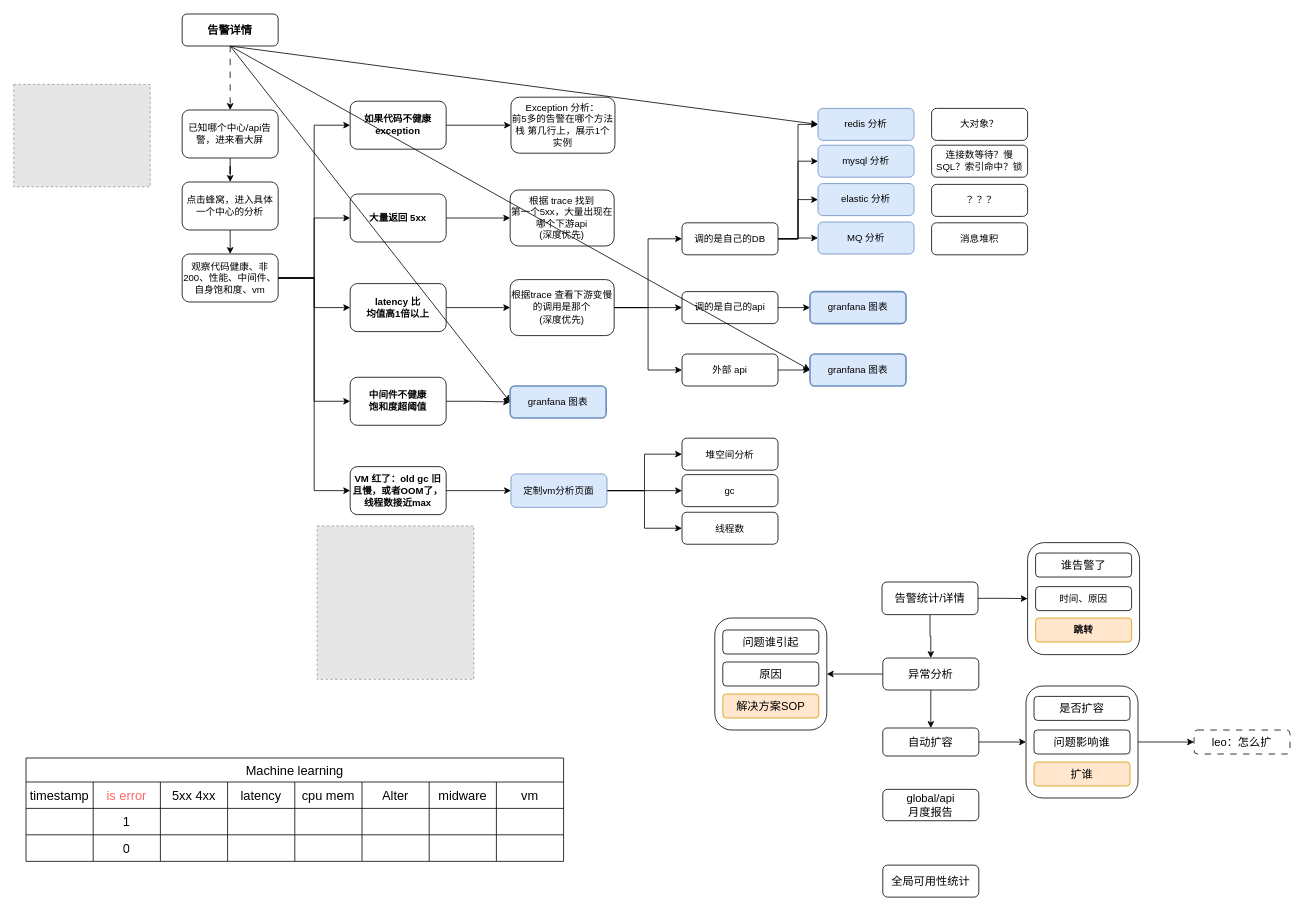
Above: page "第 6 页" (6 of 6) of 数据采集架构图.drawio in Allen9797/WorkZone (draw.io), before the change. Source tidied: cells renumbered, new cells numbered last; positions are measured from the earlier drawing's top-left corner, leaving out a move shared by most shapes. Both pictures are drawn from the tidied source at 80%, with x=0, y=0 at pixel (14, 14). Pictures stored in the file or linked from it are replaced by grey dashed boxes.
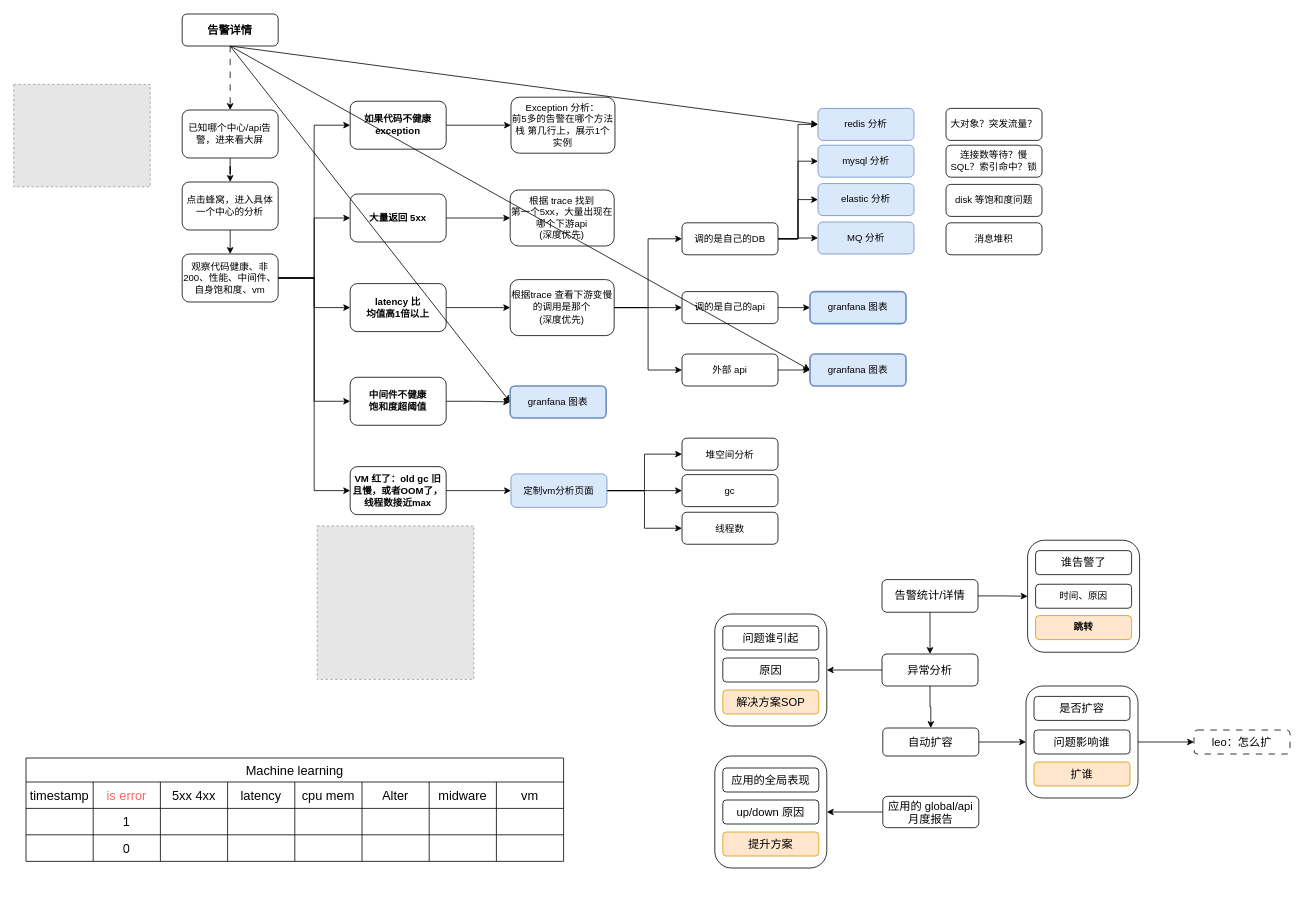
Above is the later version.

Commit message (it also covers changes not shown here):
更新数据采集架构图.drawio

The edit, as a diff of the source:
```diff
@@
     <mxCell id="4" style="rounded=1;whiteSpace=wrap;html=1;fillColor=none;" parent="1" vertex="1">
-      <mxGeometry x="876" y="755" width="140" height="140" as="geometry" />
+      <mxGeometry x="876" y="750" width="140" height="140" as="geometry" />
     </mxCell>
@@
     <mxCell id="55" value="&lt;font style=&quot;font-size: 14px;&quot;&gt;告警统计/详情&lt;/font&gt;" style="rounded=1;whiteSpace=wrap;html=1;" parent="1" vertex="1">
-      <mxGeometry x="1085" y="710" width="120" height="40.8" as="geometry" />
+      <mxGeometry x="1085" y="707" width="120" height="40.8" as="geometry" />
     </mxCell>
@@
-    <mxCell id="84" value="大对象？" style="rounded=1;whiteSpace=wrap;html=1;" parent="1" vertex="1">
-      <mxGeometry x="1147" y="118" width="120" height="40" as="geometry" />
+    <mxCell id="84" value="大对象？突发流量？" style="rounded=1;whiteSpace=wrap;html=1;" parent="1" vertex="1">
+      <mxGeometry x="1165" y="118" width="120" height="40" as="geometry" />
     </mxCell>
     <mxCell id="85" value="连接数等待？慢SQL？索引命中？锁" style="rounded=1;whiteSpace=wrap;html=1;" parent="1" vertex="1">
-      <mxGeometry x="1147" y="164" width="120" height="40" as="geometry" />
+      <mxGeometry x="1165" y="164" width="120" height="40" as="geometry" />
     </mxCell>
-    <mxCell id="86" value="？？？" style="rounded=1;whiteSpace=wrap;html=1;" parent="1" vertex="1">
-      <mxGeometry x="1147" y="213" width="120" height="40" as="geometry" />
+    <mxCell id="86" value="disk 等饱和度问题" style="rounded=1;whiteSpace=wrap;html=1;" parent="1" vertex="1">
+      <mxGeometry x="1165" y="213" width="120" height="40" as="geometry" />
     </mxCell>
@@
     <mxCell id="88" value="消息堆积" style="rounded=1;whiteSpace=wrap;html=1;" parent="1" vertex="1">
-      <mxGeometry x="1147" y="261" width="120" height="40" as="geometry" />
+      <mxGeometry x="1165" y="261" width="120" height="40" as="geometry" />
     </mxCell>
-    <mxCell id="89" value="&lt;font style=&quot;font-size: 14px;&quot;&gt;全局可用性统计&lt;/font&gt;" style="rounded=1;whiteSpace=wrap;html=1;" parent="1" vertex="1">
-      <mxGeometry x="1086" y="1063.9" width="120" height="40" as="geometry" />
-    </mxCell>
+    <mxCell id="114" style="edgeStyle=orthogonalEdgeStyle;rounded=0;jettySize=auto;html=1;exitX=0;exitY=0.5;exitDx=0;exitDy=0;entryX=1;entryY=0.5;entryDx=0;entryDy=0;" parent="1" edge="1" source="90" target="115">
+      <mxGeometry relative="1" as="geometry" />
+    </mxCell>
-    <mxCell id="90" value="&lt;font style=&quot;font-size: 14px;&quot;&gt;global/api &lt;br&gt;月度报告&lt;/font&gt;" style="rounded=1;whiteSpace=wrap;html=1;" parent="1" vertex="1">
-      <mxGeometry x="1086" y="969.2" width="120" height="39.2" as="geometry" />
+    <mxCell id="90" value="&lt;font style=&quot;font-size: 14px;&quot;&gt;应用的 global/api &lt;br&gt;月度报告&lt;/font&gt;" style="rounded=1;whiteSpace=wrap;html=1;" parent="1" vertex="1">
+      <mxGeometry x="1086" y="977.9" width="120" height="39.2" as="geometry" />
     </mxCell>
@@
     <mxCell id="98" value="&lt;font style=&quot;font-size: 14px;&quot;&gt;异常分析&lt;/font&gt;" style="rounded=1;whiteSpace=wrap;html=1;" parent="1" vertex="1">
-      <mxGeometry x="1086" y="805" width="120" height="40" as="geometry" />
+      <mxGeometry x="1085" y="800" width="120" height="40" as="geometry" />
     </mxCell>
@@
     <mxCell id="102" value="&lt;span style=&quot;font-size: 14px;&quot;&gt;问题谁引起&lt;br&gt;&lt;/span&gt;" style="rounded=1;whiteSpace=wrap;html=1;" parent="1" vertex="1">
-      <mxGeometry x="886" y="770" width="120" height="30" as="geometry" />
+      <mxGeometry x="886" y="765" width="120" height="30" as="geometry" />
     </mxCell>
     <mxCell id="103" value="&lt;span style=&quot;font-size: 14px;&quot;&gt;原因&lt;br&gt;&lt;/span&gt;" style="rounded=1;whiteSpace=wrap;html=1;" parent="1" vertex="1">
-      <mxGeometry x="886" y="810" width="120" height="30" as="geometry" />
+      <mxGeometry x="886" y="805" width="120" height="30" as="geometry" />
     </mxCell>
     <mxCell id="104" value="&lt;span style=&quot;font-size: 14px;&quot;&gt;解决方案SOP&lt;br&gt;&lt;/span&gt;" style="rounded=1;whiteSpace=wrap;html=1;fillColor=#ffe6cc;strokeColor=#d79b00;" parent="1" vertex="1">
-      <mxGeometry x="886" y="850" width="120" height="30" as="geometry" />
+      <mxGeometry x="886" y="845" width="120" height="30" as="geometry" />
     </mxCell>
@@
     <mxCell id="108" style="rounded=1;whiteSpace=wrap;html=1;fillColor=none;" parent="1" vertex="1">
-      <mxGeometry x="1267" y="660.8" width="140" height="140" as="geometry" />
+      <mxGeometry x="1267" y="657.8" width="140" height="140" as="geometry" />
     </mxCell>
     <mxCell id="109" value="时间、原因" style="rounded=1;whiteSpace=wrap;html=1;" parent="1" vertex="1">
-      <mxGeometry x="1277" y="715.8" width="120" height="30" as="geometry" />
+      <mxGeometry x="1277" y="712.8" width="120" height="30" as="geometry" />
     </mxCell>
     <mxCell id="110" value="&lt;span style=&quot;font-size: 14px;&quot;&gt;谁告警了&lt;br&gt;&lt;/span&gt;" style="rounded=1;whiteSpace=wrap;html=1;" parent="1" vertex="1">
-      <mxGeometry x="1277" y="673.8" width="120" height="30" as="geometry" />
+      <mxGeometry x="1277" y="670.8" width="120" height="30" as="geometry" />
     </mxCell>
     <mxCell id="111" value="跳转" style="rounded=1;whiteSpace=wrap;html=1;fontStyle=1;fillColor=#ffe6cc;strokeColor=#d79b00;" parent="1" vertex="1">
-      <mxGeometry x="1277" y="755" width="120" height="30" as="geometry" />
+      <mxGeometry x="1277" y="752" width="120" height="30" as="geometry" />
     </mxCell>
@@
+    <mxCell id="115" style="rounded=1;whiteSpace=wrap;html=1;fillColor=none;" parent="1" vertex="1">
+      <mxGeometry x="876" y="927.5" width="140" height="140" as="geometry" />
+    </mxCell>
+    <mxCell id="116" value="&lt;span style=&quot;font-size: 14px;&quot;&gt;应用的全局表现&lt;br&gt;&lt;/span&gt;" style="rounded=1;whiteSpace=wrap;html=1;" parent="1" vertex="1">
+      <mxGeometry x="886" y="942.5" width="120" height="30" as="geometry" />
+    </mxCell>
+    <mxCell id="117" value="&lt;span style=&quot;font-size: 14px;&quot;&gt;up/down 原因&lt;br&gt;&lt;/span&gt;" style="rounded=1;whiteSpace=wrap;html=1;" parent="1" vertex="1">
+      <mxGeometry x="886" y="982.5" width="120" height="30" as="geometry" />
+    </mxCell>
+    <mxCell id="118" value="&lt;span style=&quot;font-size: 14px;&quot;&gt;提升方案&lt;br&gt;&lt;/span&gt;" style="rounded=1;whiteSpace=wrap;html=1;fillColor=#ffe6cc;strokeColor=#d79b00;" parent="1" vertex="1">
+      <mxGeometry x="886" y="1022.5" width="120" height="30" as="geometry" />
+    </mxCell>
```
